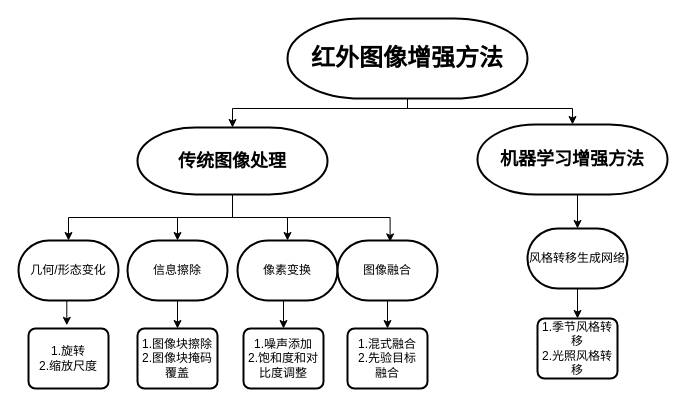
The draw.io diagram 红外数据增强方法手段.drawio in paleblackless/diagrams, before the edit. Source tidied: cells renumbered, new cells numbered last; positions are measured from the earlier drawing's top-left corner, leaving out a move shared by most shapes. Both pictures are drawn from the tidied source at 100%, with x=0, y=0 at pixel (18, 18).
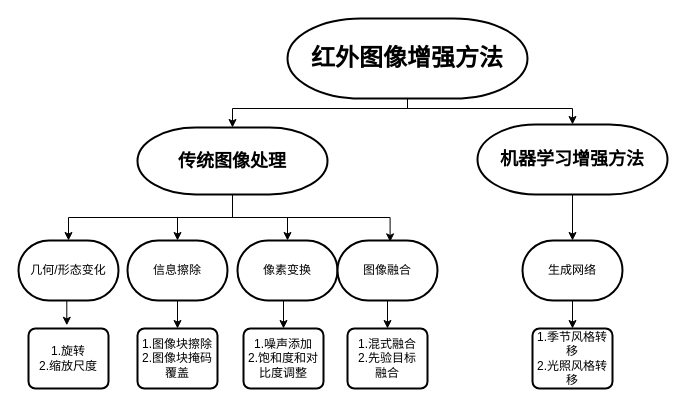
After the change.

Commit message (it also covers changes not shown here):
更新红外数据增强方法手段.drawio

Change to the diagram source:
```diff
@@
-    <mxCell id="21" value="风格转移生成网络" style="strokeWidth=2;html=1;shape=mxgraph.flowchart.terminator;whiteSpace=wrap;" parent="1" vertex="1">
-      <mxGeometry x="509" y="210" width="100" height="60" as="geometry" />
+    <mxCell id="21" value="生成网络" style="strokeWidth=2;html=1;shape=mxgraph.flowchart.terminator;whiteSpace=wrap;" parent="1" vertex="1">
+      <mxGeometry x="504" y="222" width="100" height="60" as="geometry" />
     </mxCell>
     <mxCell id="22" value="1.季节风格转移&lt;br&gt;2.光照风格转移" style="rounded=1;whiteSpace=wrap;html=1;absoluteArcSize=1;arcSize=14;strokeWidth=2;" parent="1" vertex="1">
-      <mxGeometry x="519" y="300" width="80" height="60" as="geometry" />
+      <mxGeometry x="514" y="310" width="80" height="60" as="geometry" />
     </mxCell>
```
